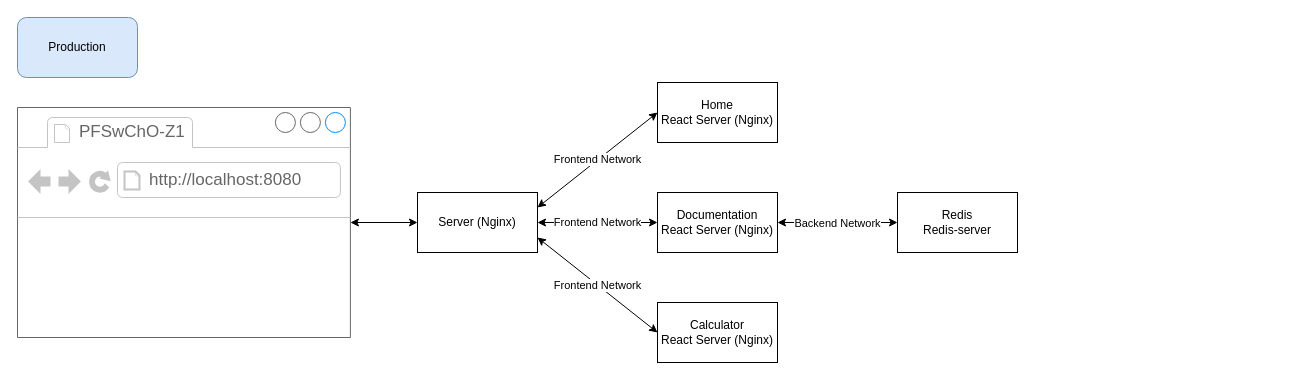
This is pfswcho_z1_diagram.drawio from sz3jdii/PFSwChO_Z_1, a draw.io file, before an edit. Source tidied: cells renumbered, new cells numbered last; positions are measured from the earlier drawing's top-left corner, leaving out a move shared by most shapes. Both pictures are drawn from the tidied source at 100%, with x=0, y=0 at pixel (17, 17).
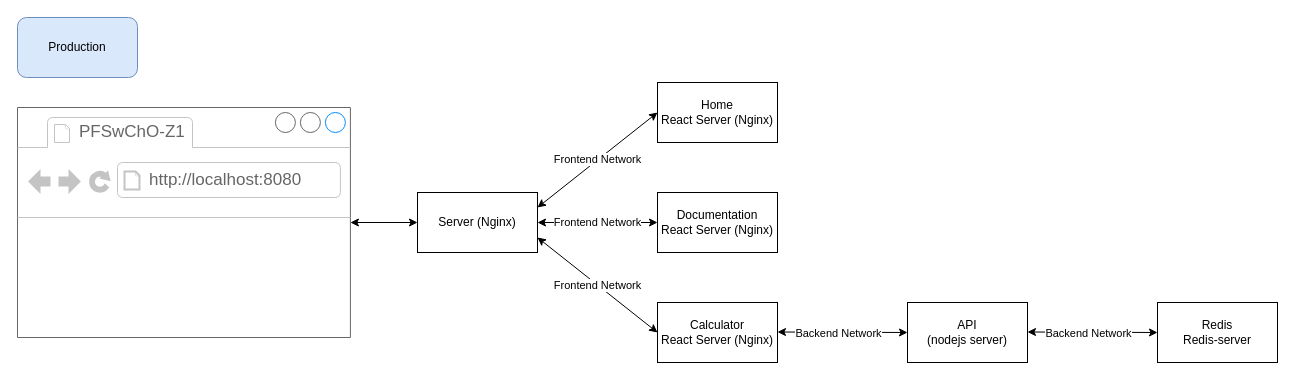
Above is the later version.

The change refers to these unchanged cells:
```xml
<mxCell id="8" value="&lt;span&gt;Documentation&lt;br&gt;React Server (Nginx)&lt;/span&gt;" style="rounded=0;whiteSpace=wrap;html=1;" parent="1" vertex="1">
  <mxGeometry x="640" y="175" width="120" height="60" as="geometry" />
</mxCell>
```

What changed in the source:
```diff
@@
-    <mxCell id="13" style="endArrow=classic;startArrow=classic;html=1;rounded=0;exitX=1;exitY=0.5;exitDx=0;exitDy=0;" parent="1" edge="1" source="8">
+    <mxCell id="13" style="endArrow=classic;startArrow=classic;html=1;rounded=0;exitX=1;exitY=0.5;exitDx=0;exitDy=0;" parent="1" edge="1">
       <mxGeometry relative="1" as="geometry">
-        <mxPoint x="880" y="205" as="targetPoint" />
+        <mxPoint x="760" y="314.5" as="sourcePoint" />
+        <mxPoint x="890" y="315" as="targetPoint" />
       </mxGeometry>
     </mxCell>
     <mxCell id="14" value="Backend Network" style="edgeLabel;html=1;align=center;verticalAlign=middle;" parent="13" vertex="1">
       <mxGeometry x="-0.26" y="-1" relative="1" as="geometry">
-        <mxPoint x="15" y="-1" as="offset" />
+        <mxPoint x="13" as="offset" />
       </mxGeometry>
     </mxCell>
     <mxCell id="15" value="Redis&lt;br&gt;Redis-server" style="rounded=0;whiteSpace=wrap;html=1;" parent="1" vertex="1">
-      <mxGeometry x="880" y="175" width="120" height="60" as="geometry" />
+      <mxGeometry x="1140" y="285" width="120" height="60" as="geometry" />
     </mxCell>
@@
+    <mxCell id="17" value="API&lt;br&gt;(nodejs server)" style="rounded=0;whiteSpace=wrap;html=1;" parent="1" vertex="1">
+      <mxGeometry x="890" y="285" width="120" height="60" as="geometry" />
+    </mxCell>
+    <mxCell id="18" style="endArrow=classic;startArrow=classic;html=1;rounded=0;exitX=1;exitY=0.5;exitDx=0;exitDy=0;" parent="1" edge="1">
+      <mxGeometry relative="1" as="geometry">
+        <mxPoint x="1010" y="314.5" as="sourcePoint" />
+        <mxPoint x="1140" y="315" as="targetPoint" />
+      </mxGeometry>
+    </mxCell>
+    <mxCell id="19" value="Backend Network" style="edgeLabel;html=1;align=center;verticalAlign=middle;" parent="18" vertex="1">
+      <mxGeometry x="-0.26" y="-1" relative="1" as="geometry">
+        <mxPoint x="13" as="offset" />
+      </mxGeometry>
+    </mxCell>
```
